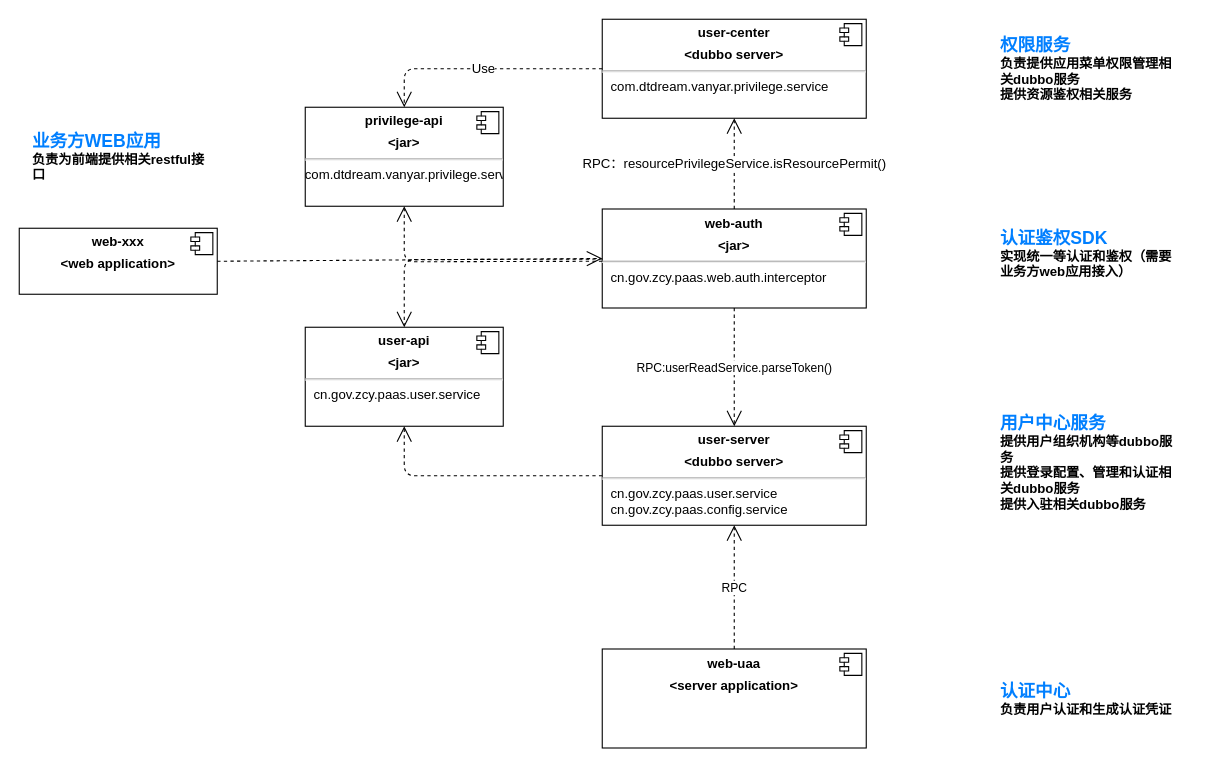
Earlier version of the draw.io diagram 未命名绘图.drawio (ezuike/app.diagrams.net). Source tidied: cells renumbered, new cells numbered last; positions are measured from the earlier drawing's top-left corner, leaving out a move shared by most shapes. Both pictures are drawn from the tidied source at 110%, with x=0, y=0 at pixel (19, 19).
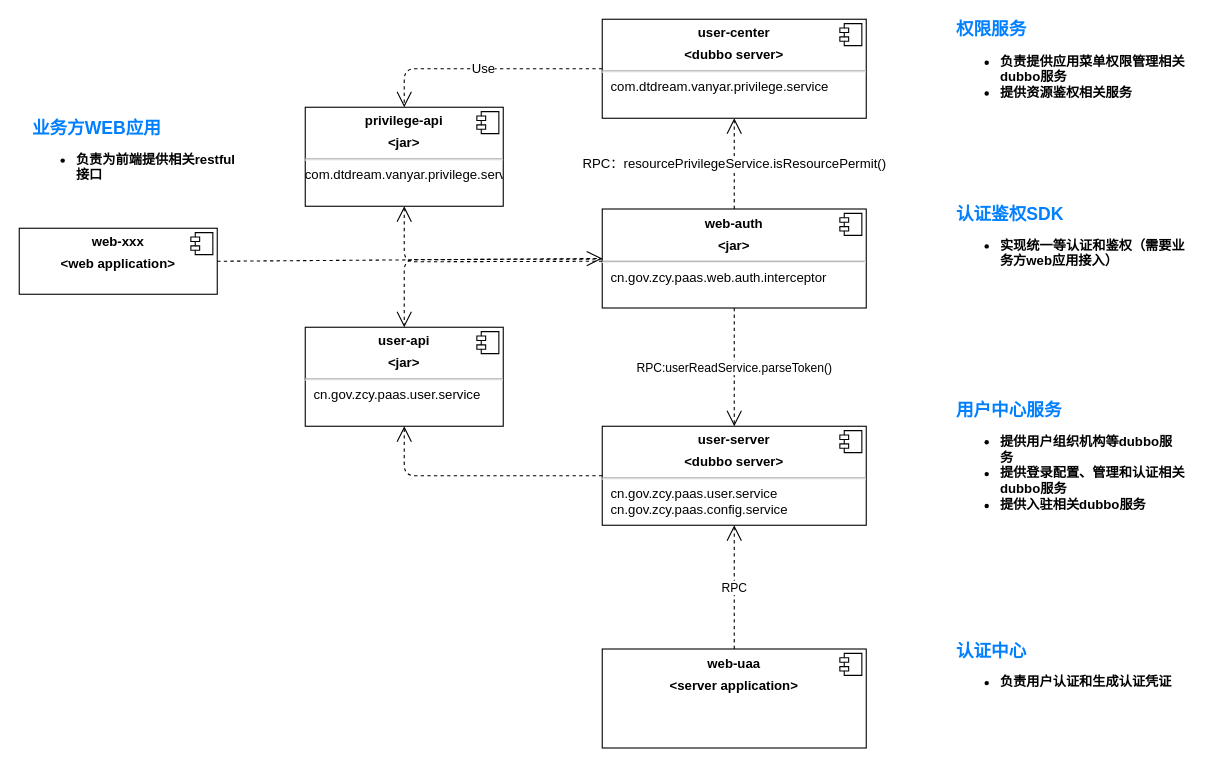
Above is the later version.

Commit message:
更新未命名绘图.drawio

Diff of the diagram source:
```diff
@@
-    <mxCell id="16" value="&lt;font color=&quot;#007fff&quot; style=&quot;font-size: 16px&quot;&gt;认证中心&lt;/font&gt;&lt;br&gt;负责用户认证和生成认证凭证" style="text;html=1;strokeColor=none;fillColor=none;align=left;verticalAlign=middle;whiteSpace=wrap;rounded=0;fontSize=12;fontStyle=1;" parent="1" vertex="1">
-      <mxGeometry x="890" y="595" width="160" height="45" as="geometry" />
+    <mxCell id="16" value="&lt;font color=&quot;#007fff&quot; style=&quot;font-size: 16px&quot;&gt;认证中心&lt;/font&gt;&lt;br&gt;&lt;ul&gt;&lt;li&gt;负责用户认证和生成认证凭证&lt;/li&gt;&lt;/ul&gt;" style="text;html=1;strokeColor=none;fillColor=none;align=left;verticalAlign=middle;whiteSpace=wrap;rounded=0;fontSize=12;fontStyle=1;" parent="1" vertex="1">
+      <mxGeometry x="850" y="570" width="210" height="45" as="geometry" />
     </mxCell>
-    <mxCell id="17" value="&lt;font color=&quot;#007fff&quot;&gt;&lt;span style=&quot;font-size: 16px&quot;&gt;用户中心服务&lt;/span&gt;&lt;/font&gt;&lt;br&gt;提供用户组织机构等dubbo服务&lt;br&gt;提供登录配置、管理和认证相关dubbo服务&lt;br&gt;提供入驻相关dubbo服务" style="text;html=1;strokeColor=none;fillColor=none;align=left;verticalAlign=middle;whiteSpace=wrap;rounded=0;fontSize=12;fontStyle=1;" parent="1" vertex="1">
-      <mxGeometry x="890" y="370" width="160" height="65" as="geometry" />
+    <mxCell id="17" value="&lt;font color=&quot;#007fff&quot;&gt;&lt;span style=&quot;font-size: 16px&quot;&gt;用户中心服务&lt;/span&gt;&lt;/font&gt;&lt;br&gt;&lt;ul&gt;&lt;li&gt;提供用户组织机构等dubbo服务&lt;/li&gt;&lt;li&gt;提供登录配置、管理和认证相关dubbo服务&lt;/li&gt;&lt;li&gt;提供入驻相关dubbo服务&lt;/li&gt;&lt;/ul&gt;" style="text;html=1;strokeColor=none;fillColor=none;align=left;verticalAlign=middle;whiteSpace=wrap;rounded=0;fontSize=12;fontStyle=1;" parent="1" vertex="1">
+      <mxGeometry x="850" y="370" width="210" height="65" as="geometry" />
     </mxCell>
-    <mxCell id="18" value="&lt;font color=&quot;#007fff&quot;&gt;&lt;span style=&quot;font-size: 16px&quot;&gt;认证鉴权SDK&lt;/span&gt;&lt;/font&gt;&lt;br&gt;实现统一等认证和鉴权（需要业务方web应用接入）" style="text;html=1;strokeColor=none;fillColor=none;align=left;verticalAlign=middle;whiteSpace=wrap;rounded=0;fontSize=12;fontStyle=1;" parent="1" vertex="1">
-      <mxGeometry x="890" y="180" width="160" height="65" as="geometry" />
+    <mxCell id="18" value="&lt;font color=&quot;#007fff&quot;&gt;&lt;span style=&quot;font-size: 16px&quot;&gt;认证鉴权SDK&lt;/span&gt;&lt;/font&gt;&lt;br&gt;&lt;ul&gt;&lt;li&gt;实现统一等认证和鉴权（需要业务方web应用接入）&lt;/li&gt;&lt;/ul&gt;" style="text;html=1;strokeColor=none;fillColor=none;align=left;verticalAlign=middle;whiteSpace=wrap;rounded=0;fontSize=12;fontStyle=1;" parent="1" vertex="1">
+      <mxGeometry x="850" y="170" width="210" height="65" as="geometry" />
     </mxCell>
-    <mxCell id="19" value="&lt;font color=&quot;#007fff&quot;&gt;&lt;span style=&quot;font-size: 16px&quot;&gt;业务方WEB应用&lt;/span&gt;&lt;/font&gt;&lt;br&gt;负责为前端提供相关restful接口" style="text;html=1;strokeColor=none;fillColor=none;align=left;verticalAlign=middle;whiteSpace=wrap;rounded=0;fontSize=12;fontStyle=1;" parent="1" vertex="1">
-      <mxGeometry x="10" y="92.5" width="160" height="65" as="geometry" />
+    <mxCell id="19" value="&lt;font color=&quot;#007fff&quot;&gt;&lt;span style=&quot;font-size: 16px&quot;&gt;业务方WEB应用&lt;/span&gt;&lt;/font&gt;&lt;br&gt;&lt;ul&gt;&lt;li&gt;负责为前端提供相关restful接口&lt;/li&gt;&lt;/ul&gt;" style="text;html=1;strokeColor=none;fillColor=none;align=left;verticalAlign=middle;whiteSpace=wrap;rounded=0;fontSize=12;fontStyle=1;" parent="1" vertex="1">
+      <mxGeometry x="10" y="92.5" width="190" height="65" as="geometry" />
     </mxCell>
@@
-    <mxCell id="23" value="&lt;font color=&quot;#007fff&quot;&gt;&lt;span style=&quot;font-size: 16px&quot;&gt;权限服务&lt;/span&gt;&lt;/font&gt;&lt;br&gt;负责提供应用菜单权限管理相关dubbo服务&lt;br&gt;提供资源鉴权相关服务" style="text;html=1;strokeColor=none;fillColor=none;align=left;verticalAlign=middle;whiteSpace=wrap;rounded=0;fontSize=12;fontStyle=1;" parent="1" vertex="1">
-      <mxGeometry x="890" y="12.5" width="160" height="65" as="geometry" />
+    <mxCell id="23" value="&lt;font color=&quot;#007fff&quot;&gt;&lt;span style=&quot;font-size: 16px&quot;&gt;权限服务&lt;/span&gt;&lt;/font&gt;&lt;br&gt;&lt;ul&gt;&lt;li&gt;负责提供应用菜单权限管理相关dubbo服务&lt;/li&gt;&lt;li&gt;提供资源鉴权相关服务&lt;/li&gt;&lt;/ul&gt;" style="text;html=1;strokeColor=none;fillColor=none;align=left;verticalAlign=middle;whiteSpace=wrap;rounded=0;fontSize=12;fontStyle=1;" parent="1" vertex="1">
+      <mxGeometry x="850" y="10" width="210" height="65" as="geometry" />
     </mxCell>
```
